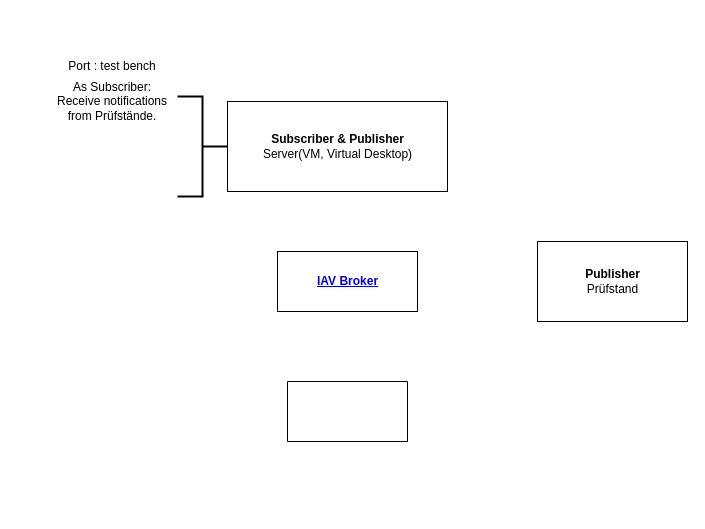
Above: MQTT_layout.drawio in Gannnki/TechBlog (draw.io), before the change. Source tidied: cells renumbered, new cells numbered last; positions are measured from the earlier drawing's top-left corner, leaving out a move shared by most shapes. Both pictures are drawn from the tidied source at 100%, with x=0, y=0 at pixel (47, 51).
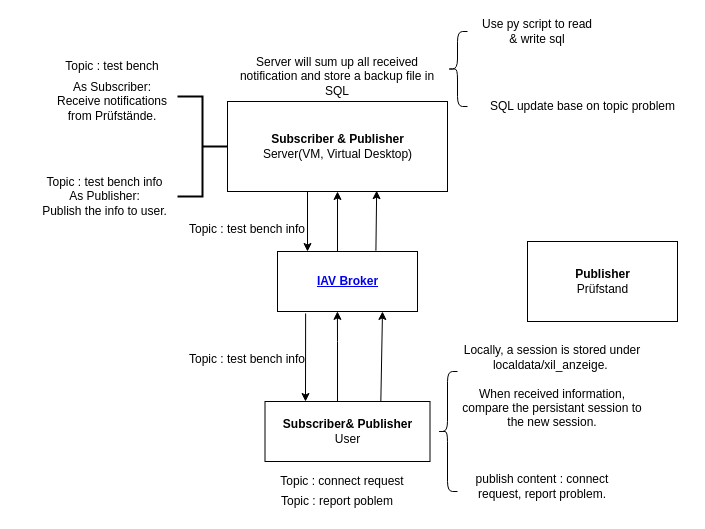
The same diagram, later.

Unchanged cells that the change refers to:
```xml
<mxCell id="2" value="&lt;b&gt;Subscriber &amp;amp; Publisher&lt;br&gt;&lt;/b&gt;Server(VM, Virtual Desktop)" style="html=1;" parent="1" vertex="1">
  <mxGeometry x="180" y="50" width="220" height="90" as="geometry" />
</mxCell>
<mxCell id="3" value="&lt;b&gt;&lt;a href=&quot;https://confluence.iavgroup.local/pages/viewpage.action?spaceKey=IAVWiki&amp;amp;title=IAV+MQTT+Broker&quot;&gt;IAV Broker&lt;/a&gt;&lt;/b&gt;" style="html=1;" parent="1" vertex="1">
  <mxGeometry x="230" y="200" width="140" height="60" as="geometry" />
</mxCell>
```

What changed in the source:
```diff
@@
     <mxCell id="4" value="&lt;b&gt;Publisher&lt;/b&gt;&lt;br&gt;Prüfstand" style="html=1;" parent="1" vertex="1">
-      <mxGeometry x="490" y="190" width="150" height="80" as="geometry" />
+      <mxGeometry x="480" y="190" width="150" height="80" as="geometry" />
     </mxCell>
@@
-    <mxCell id="7" value="Port : test bench" style="text;html=1;strokeColor=none;fillColor=none;align=center;verticalAlign=middle;whiteSpace=wrap;rounded=0;" parent="1" vertex="1">
+    <mxCell id="7" value="Topic : test bench" style="text;html=1;strokeColor=none;fillColor=none;align=center;verticalAlign=middle;whiteSpace=wrap;rounded=0;" parent="1" vertex="1">
       <mxGeometry x="15" width="100" height="30" as="geometry" />
     </mxCell>
-    <mxCell id="8" style="verticalLabelPosition=bottom;verticalAlign=top;html=1;shape=mxgraph.basic.rect;fillColor2=none;strokeWidth=1;size=20;indent=5;" parent="1" vertex="1">
-      <mxGeometry x="240" y="330" width="120" height="60" as="geometry" />
-    </mxCell>
+    <mxCell id="9" value="&lt;b&gt;Subscriber&lt;/b&gt;&lt;b&gt;&amp;amp; Publisher&lt;/b&gt;&lt;br&gt;User" style="html=1;" parent="1" vertex="1">
+      <mxGeometry x="217.5" y="350" width="165" height="60" as="geometry" />
+    </mxCell>
+    <mxCell id="10" style="endArrow=classic;html=1;rounded=0;" parent="1" edge="1">
+      <mxGeometry relative="1" as="geometry">
+        <mxPoint x="260" y="140" as="sourcePoint" />
+        <mxPoint x="260" y="200" as="targetPoint" />
+      </mxGeometry>
+    </mxCell>
+    <mxCell id="11" style="endArrow=classic;html=1;rounded=0;exitX=0.201;exitY=1.033;exitDx=0;exitDy=0;exitPerimeter=0;" parent="1" edge="1" source="3">
+      <mxGeometry relative="1" as="geometry">
+        <mxPoint x="258" y="350" as="targetPoint" />
+      </mxGeometry>
+    </mxCell>
+    <mxCell id="12" value="Server will sum up all received notification and store a backup file in SQL" style="text;html=1;strokeColor=none;fillColor=none;align=center;verticalAlign=middle;whiteSpace=wrap;rounded=0;" parent="1" vertex="1">
+      <mxGeometry x="180" y="5" width="220" height="40" as="geometry" />
+    </mxCell>
+    <mxCell id="13" value="Topic : test bench info&lt;br&gt;As Publisher:&lt;br&gt;Publish the info to user." style="text;html=1;strokeColor=none;fillColor=none;align=center;verticalAlign=middle;whiteSpace=wrap;rounded=0;" parent="1" vertex="1">
+      <mxGeometry x="-30" y="85" width="175" height="120" as="geometry" />
+    </mxCell>
+    <mxCell id="14" style="shape=curlyBracket;whiteSpace=wrap;html=1;rounded=1;size=0.5;" parent="1" vertex="1">
+      <mxGeometry x="400" y="-20" width="20" height="75" as="geometry" />
+    </mxCell>
+    <mxCell id="15" value="Use py script to read &amp;amp; write sql" style="text;html=1;strokeColor=none;fillColor=none;align=center;verticalAlign=middle;whiteSpace=wrap;rounded=0;" parent="1" vertex="1">
+      <mxGeometry x="430" y="-30" width="120" height="20" as="geometry" />
+    </mxCell>
+    <mxCell id="16" style="shape=curlyBracket;whiteSpace=wrap;html=1;rounded=1;" parent="1" vertex="1">
+      <mxGeometry x="390" y="320" width="20" height="120" as="geometry" />
+    </mxCell>
+    <mxCell id="17" value="Locally, a session is stored under localdata/xil_anzeige.&amp;nbsp;&lt;br&gt;&lt;br&gt;When received information, compare the persistant session to the new session." style="text;html=1;strokeColor=none;fillColor=none;align=center;verticalAlign=middle;whiteSpace=wrap;rounded=0;" parent="1" vertex="1">
+      <mxGeometry x="410" y="320" width="190" height="30" as="geometry" />
+    </mxCell>
+    <mxCell id="18" value="Topic : test bench info" style="text;html=1;strokeColor=none;fillColor=none;align=center;verticalAlign=middle;whiteSpace=wrap;rounded=0;" parent="1" vertex="1">
+      <mxGeometry x="140" y="165" width="120" height="25" as="geometry" />
+    </mxCell>
+    <mxCell id="19" value="Topic : test bench info" style="text;html=1;strokeColor=none;fillColor=none;align=center;verticalAlign=middle;whiteSpace=wrap;rounded=0;" parent="1" vertex="1">
+      <mxGeometry x="140" y="295" width="120" height="25" as="geometry" />
+    </mxCell>
+    <mxCell id="20" value="publish content : connect request, report problem." style="text;html=1;strokeColor=none;fillColor=none;align=center;verticalAlign=middle;whiteSpace=wrap;rounded=0;" parent="1" vertex="1">
+      <mxGeometry x="420" y="410" width="150" height="50" as="geometry" />
+    </mxCell>
+    <mxCell id="21" style="endArrow=classic;html=1;rounded=0;entryX=0.428;entryY=0.998;entryDx=0;entryDy=0;entryPerimeter=0;" parent="1" edge="1" target="3">
+      <mxGeometry relative="1" as="geometry">
+        <mxPoint x="290" y="350" as="sourcePoint" />
+        <Array as="points">
+          <mxPoint x="290" y="290" />
+        </Array>
+      </mxGeometry>
+    </mxCell>
+    <mxCell id="22" value="Topic : connect request" style="text;html=1;strokeColor=none;fillColor=none;align=center;verticalAlign=middle;whiteSpace=wrap;rounded=0;" parent="1" vertex="1">
+      <mxGeometry x="220" y="420" width="150" height="20" as="geometry" />
+    </mxCell>
+    <mxCell id="23" style="endArrow=classic;html=1;rounded=0;entryX=0.5;entryY=1;entryDx=0;entryDy=0;" parent="1" edge="1" target="2">
+      <mxGeometry relative="1" as="geometry">
+        <mxPoint x="290" y="200" as="sourcePoint" />
+      </mxGeometry>
+    </mxCell>
+    <mxCell id="24" style="endArrow=classic;html=1;rounded=0;entryX=0.75;entryY=1;entryDx=0;entryDy=0;exitX=0.702;exitY=0.004;exitDx=0;exitDy=0;exitPerimeter=0;" parent="1" edge="1" source="9" target="3">
+      <mxGeometry relative="1" as="geometry" />
+    </mxCell>
+    <mxCell id="25" style="endArrow=classic;html=1;rounded=0;entryX=0.678;entryY=0.991;entryDx=0;entryDy=0;entryPerimeter=0;exitX=0.703;exitY=-0.013;exitDx=0;exitDy=0;exitPerimeter=0;" parent="1" edge="1" source="3" target="2">
+      <mxGeometry relative="1" as="geometry" />
+    </mxCell>
+    <mxCell id="26" value="Topic : report poblem" style="text;html=1;strokeColor=none;fillColor=none;align=center;verticalAlign=middle;whiteSpace=wrap;rounded=0;" parent="1" vertex="1">
+      <mxGeometry x="215" y="440" width="150" height="20" as="geometry" />
+    </mxCell>
+    <mxCell id="27" value="SQL update base on topic problem" style="text;html=1;align=center;verticalAlign=middle;strokeColor=none;fillColor=none;" parent="1" vertex="1">
+      <mxGeometry x="430" y="40" width="210" height="30" as="geometry" />
+    </mxCell>
```
